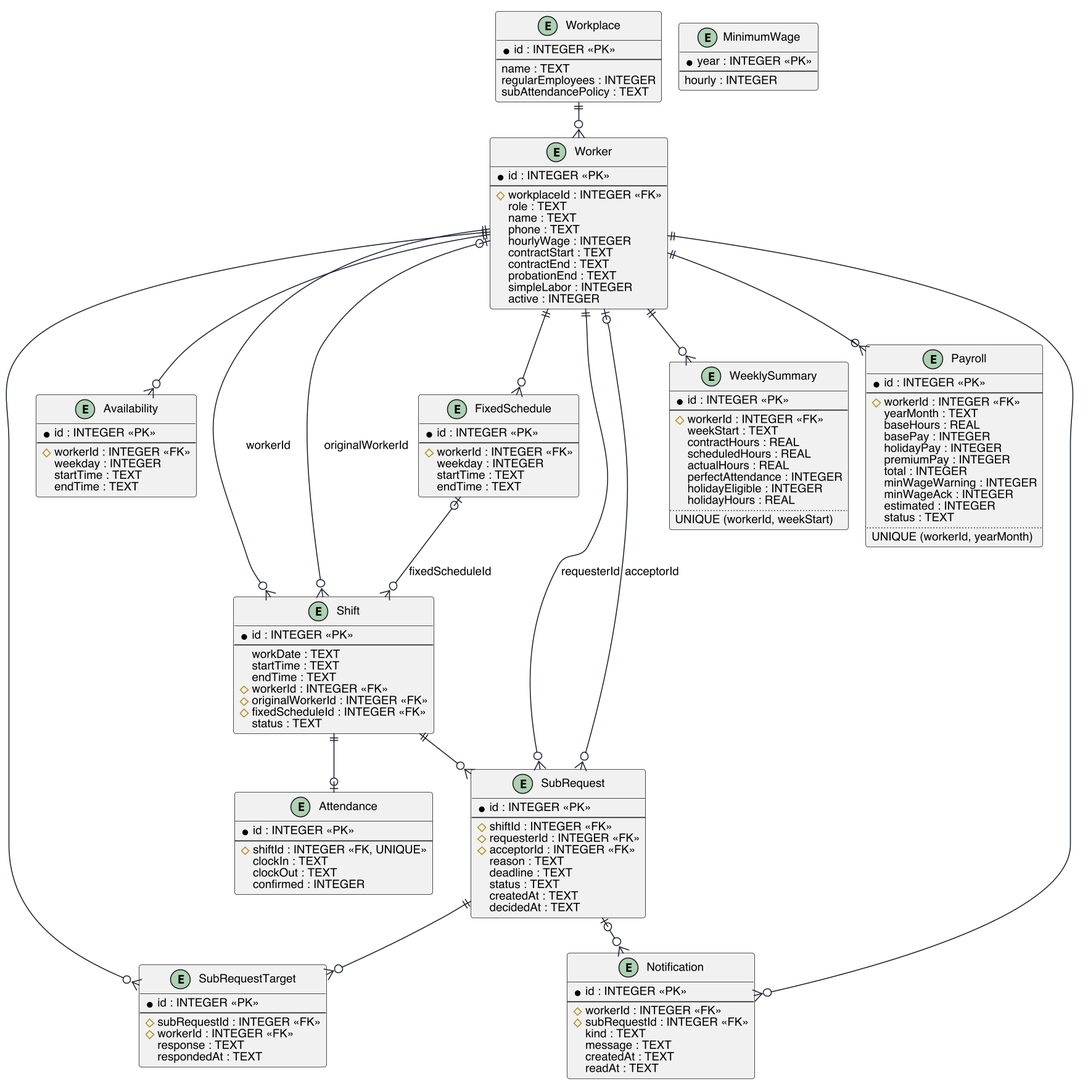
This is uml/erd.png from keemlogan/shiftswap, a PlantUML export, as it was before one commit.
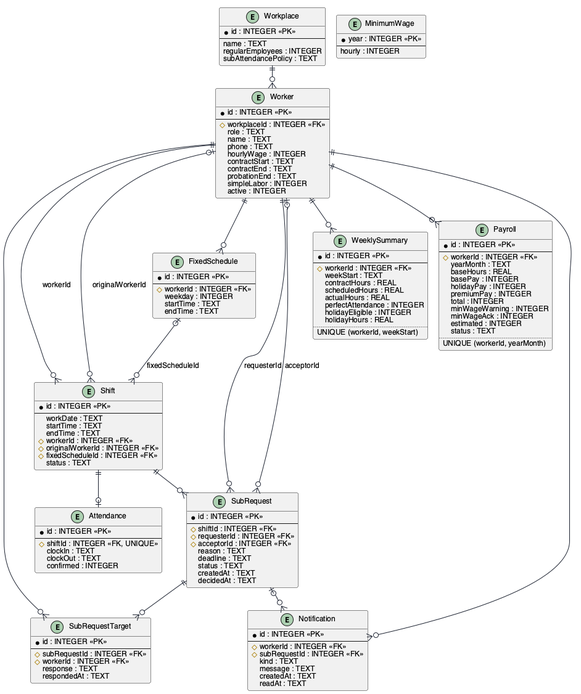
After the commit.

The edit, as a diff of the source:
```diff
@@ -1,5 +1,4 @@
 @startuml erd
-skinparamlocked dpi 150
 !pragma layout smetana
 skinparam defaultFontName "Helvetica"
 skinparam defaultFontSize 12
@@ -37,15 +36,6 @@
 }
 
 entity "FixedSchedule" as FixedSchedule {
-  * id : INTEGER <<PK>>
-  --
-  # workerId : INTEGER <<FK>>
-  weekday : INTEGER
-  startTime : TEXT
-  endTime : TEXT
-}
-
-entity "Availability" as Availability {
   * id : INTEGER <<PK>>
   --
   # workerId : INTEGER <<FK>>
@@ -149,7 +139,6 @@
 
 Workplace ||--o{ Worker
 Worker ||--o{ FixedSchedule
-Worker ||--o{ Availability
 Worker ||--o{ Shift : workerId
 Worker |o--o{ Shift : originalWorkerId
 FixedSchedule |o--o{ Shift : fixedScheduleId
```
